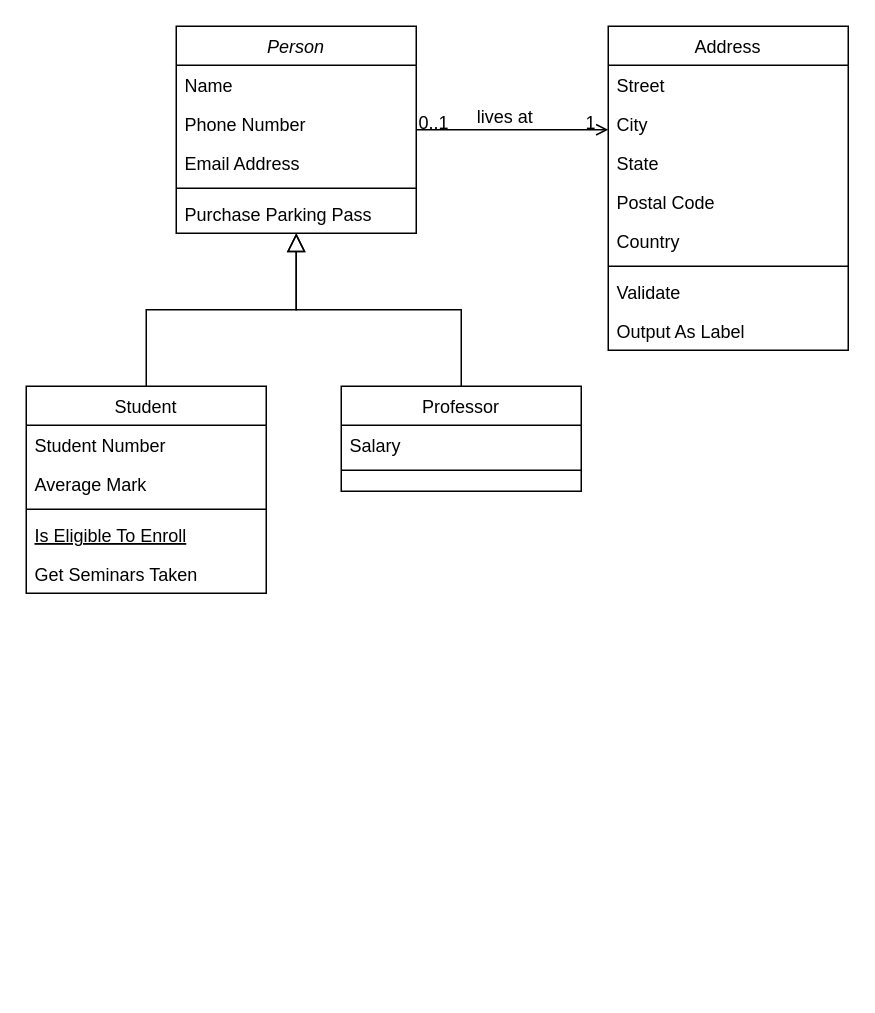
Earlier version of the draw.io diagram Untitled Diagram.drawio (Manish-Kumar467/BookNotes). Source tidied: cells renumbered, new cells numbered last; positions are measured from the earlier drawing's top-left corner, leaving out a move shared by most shapes. Both pictures are drawn from the tidied source at 150%, with x=0, y=0 at pixel (26, 26).
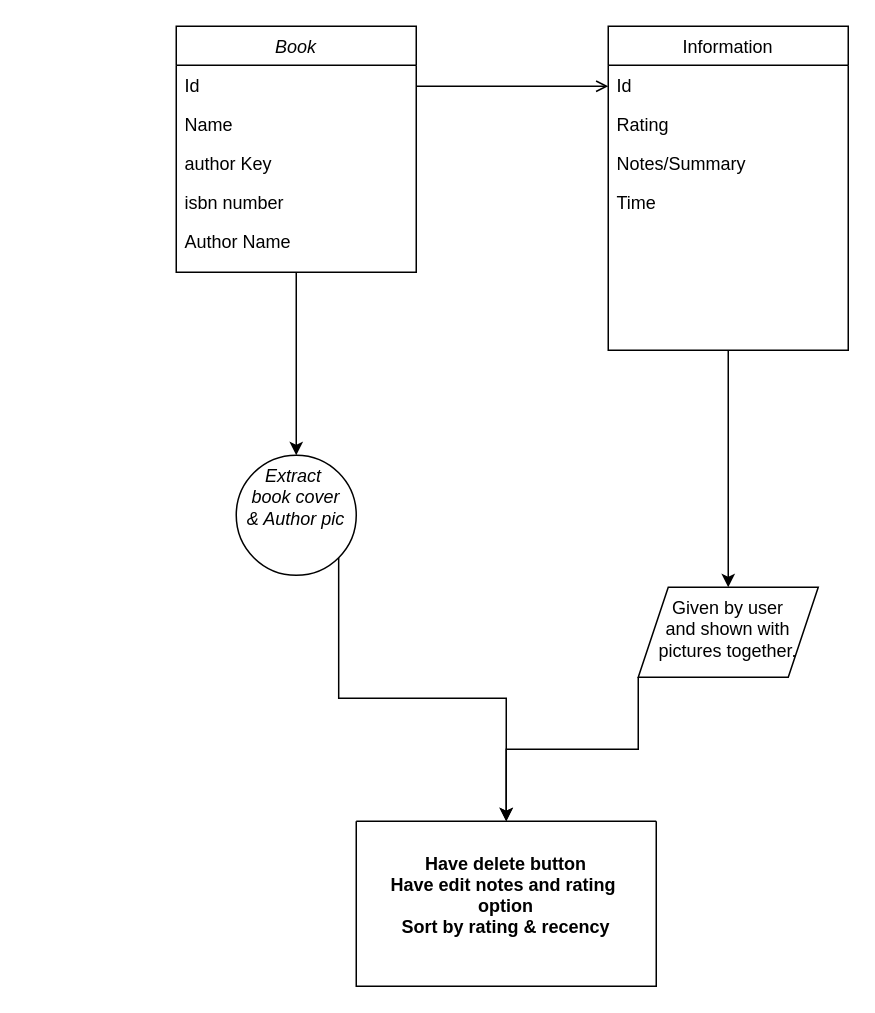
The same page after the edit.

The edit, as a diff of the source:
```diff
@@
+    <mxCell id="32" style="edgeStyle=orthogonalEdgeStyle;rounded=0;jettySize=auto;html=1;" parent="1" edge="1" source="2" target="37">
+      <mxGeometry relative="1" as="geometry" />
+    </mxCell>
-    <mxCell id="2" value="Person" style="swimlane;fontStyle=2;align=center;verticalAlign=top;horizontal=1;startSize=26;rounded=0;shadow=0;strokeWidth=1;" parent="1" vertex="1">
-      <mxGeometry x="100" width="160" height="138" as="geometry" />
+    <mxCell id="2" value="Book" style="swimlane;fontStyle=2;align=center;verticalAlign=top;horizontal=1;startSize=26;rounded=0;shadow=0;strokeWidth=1;" parent="1" vertex="1">
+      <mxGeometry x="100" width="160" height="164" as="geometry" />
     </mxCell>
+    <mxCell id="33" value="Id" style="text;align=left;verticalAlign=top;spacingLeft=4;spacingRight=4;overflow=hidden;" parent="2" vertex="1">
+      <mxGeometry y="26" width="160" height="26" as="geometry" />
+    </mxCell>
     <mxCell id="3" value="Name" style="text;align=left;verticalAlign=top;spacingLeft=4;spacingRight=4;overflow=hidden;" parent="2" vertex="1">
-      <mxGeometry y="26" width="160" height="26" as="geometry" />
+      <mxGeometry y="52" width="160" height="26" as="geometry" />
     </mxCell>
-    <mxCell id="4" value="Phone Number" style="text;align=left;verticalAlign=top;spacingLeft=4;spacingRight=4;overflow=hidden;rounded=0;shadow=0;html=0;" parent="2" vertex="1">
-      <mxGeometry y="52" width="160" height="26" as="geometry" />
+    <mxCell id="4" value="author Key" style="text;align=left;verticalAlign=top;spacingLeft=4;spacingRight=4;overflow=hidden;rounded=0;shadow=0;html=0;" parent="2" vertex="1">
+      <mxGeometry y="78" width="160" height="26" as="geometry" />
     </mxCell>
-    <mxCell id="5" value="Email Address" style="text;align=left;verticalAlign=top;spacingLeft=4;spacingRight=4;overflow=hidden;rounded=0;shadow=0;html=0;" parent="2" vertex="1">
-      <mxGeometry y="78" width="160" height="26" as="geometry" />
+    <mxCell id="5" value="isbn number" style="text;align=left;verticalAlign=top;spacingLeft=4;spacingRight=4;overflow=hidden;rounded=0;shadow=0;html=0;" parent="2" vertex="1">
+      <mxGeometry y="104" width="160" height="26" as="geometry" />
     </mxCell>
-    <mxCell id="6" style="line;html=1;strokeWidth=1;align=left;verticalAlign=middle;spacingTop=-1;spacingLeft=3;spacingRight=3;labelPosition=right;" parent="2" vertex="1">
-      <mxGeometry y="104" width="160" height="8" as="geometry" />
-    </mxCell>
-    <mxCell id="7" value="Purchase Parking Pass" style="text;align=left;verticalAlign=top;spacingLeft=4;spacingRight=4;overflow=hidden;" parent="2" vertex="1">
-      <mxGeometry y="112" width="160" height="26" as="geometry" />
-    </mxCell>
-    <mxCell id="8" value="Student" style="swimlane;fontStyle=0;align=center;verticalAlign=top;horizontal=1;startSize=26;rounded=0;shadow=0;strokeWidth=1;" parent="1" vertex="1">
-      <mxGeometry y="240" width="160" height="138" as="geometry" />
-    </mxCell>
-    <mxCell id="9" value="Student Number" style="text;align=left;verticalAlign=top;spacingLeft=4;spacingRight=4;overflow=hidden;" parent="8" vertex="1">
-      <mxGeometry y="26" width="160" height="26" as="geometry" />
-    </mxCell>
-    <mxCell id="10" value="Average Mark" style="text;align=left;verticalAlign=top;spacingLeft=4;spacingRight=4;overflow=hidden;rounded=0;shadow=0;html=0;" parent="8" vertex="1">
-      <mxGeometry y="52" width="160" height="26" as="geometry" />
-    </mxCell>
-    <mxCell id="11" style="line;html=1;strokeWidth=1;align=left;verticalAlign=middle;spacingTop=-1;spacingLeft=3;spacingRight=3;labelPosition=right;" parent="8" vertex="1">
-      <mxGeometry y="78" width="160" height="8" as="geometry" />
-    </mxCell>
-    <mxCell id="12" value="Is Eligible To Enroll" style="text;align=left;verticalAlign=top;spacingLeft=4;spacingRight=4;overflow=hidden;fontStyle=4;" parent="8" vertex="1">
-      <mxGeometry y="86" width="160" height="26" as="geometry" />
-    </mxCell>
-    <mxCell id="13" value="Get Seminars Taken" style="text;align=left;verticalAlign=top;spacingLeft=4;spacingRight=4;overflow=hidden;" parent="8" vertex="1">
-      <mxGeometry y="112" width="160" height="26" as="geometry" />
-    </mxCell>
-    <mxCell id="14" style="endArrow=block;endSize=10;endFill=0;shadow=0;strokeWidth=1;rounded=0;curved=0;edgeStyle=elbowEdgeStyle;elbow=vertical;" parent="1" edge="1" source="8" target="2">
-      <mxGeometry relative="1" as="geometry" />
-    </mxCell>
-    <mxCell id="15" value="Professor" style="swimlane;fontStyle=0;align=center;verticalAlign=top;horizontal=1;startSize=26;rounded=0;shadow=0;strokeWidth=1;" parent="1" vertex="1">
-      <mxGeometry x="210" y="240" width="160" height="70" as="geometry" />
-    </mxCell>
-    <mxCell id="16" value="Salary" style="text;align=left;verticalAlign=top;spacingLeft=4;spacingRight=4;overflow=hidden;" parent="15" vertex="1">
-      <mxGeometry y="26" width="160" height="26" as="geometry" />
-    </mxCell>
-    <mxCell id="17" style="line;html=1;strokeWidth=1;align=left;verticalAlign=middle;spacingTop=-1;spacingLeft=3;spacingRight=3;labelPosition=right;" parent="15" vertex="1">
-      <mxGeometry y="52" width="160" height="8" as="geometry" />
-    </mxCell>
-    <mxCell id="18" style="endArrow=block;endSize=10;endFill=0;shadow=0;strokeWidth=1;rounded=0;curved=0;edgeStyle=elbowEdgeStyle;elbow=vertical;" parent="1" edge="1" source="15" target="2">
-      <mxGeometry relative="1" as="geometry" />
-    </mxCell>
+    <mxCell id="34" value="Author Name" style="text;align=left;verticalAlign=top;spacingLeft=4;spacingRight=4;overflow=hidden;rounded=0;shadow=0;html=0;" parent="2" vertex="1">
+      <mxGeometry y="130" width="160" height="26" as="geometry" />
+    </mxCell>
+    <mxCell id="35" style="edgeStyle=orthogonalEdgeStyle;rounded=0;jettySize=auto;html=1;" parent="1" edge="1" source="19" target="39">
+      <mxGeometry relative="1" as="geometry" />
+    </mxCell>
-    <mxCell id="19" value="Address" style="swimlane;fontStyle=0;align=center;verticalAlign=top;horizontal=1;startSize=26;rounded=0;shadow=0;strokeWidth=1;" parent="1" vertex="1">
+    <mxCell id="19" value="Information" style="swimlane;fontStyle=0;align=center;verticalAlign=top;horizontal=1;startSize=26;rounded=0;shadow=0;strokeWidth=1;" parent="1" vertex="1">
       <mxGeometry x="388" width="160" height="216" as="geometry" />
     </mxCell>
-    <mxCell id="20" value="Street" style="text;align=left;verticalAlign=top;spacingLeft=4;spacingRight=4;overflow=hidden;" parent="19" vertex="1">
+    <mxCell id="20" value="Id" style="text;align=left;verticalAlign=top;spacingLeft=4;spacingRight=4;overflow=hidden;" parent="19" vertex="1">
       <mxGeometry y="26" width="160" height="26" as="geometry" />
     </mxCell>
-    <mxCell id="21" value="City" style="text;align=left;verticalAlign=top;spacingLeft=4;spacingRight=4;overflow=hidden;rounded=0;shadow=0;html=0;" parent="19" vertex="1">
+    <mxCell id="21" value="Rating" style="text;align=left;verticalAlign=top;spacingLeft=4;spacingRight=4;overflow=hidden;rounded=0;shadow=0;html=0;" parent="19" vertex="1">
       <mxGeometry y="52" width="160" height="26" as="geometry" />
     </mxCell>
-    <mxCell id="22" value="State" style="text;align=left;verticalAlign=top;spacingLeft=4;spacingRight=4;overflow=hidden;rounded=0;shadow=0;html=0;" parent="19" vertex="1">
+    <mxCell id="22" value="Notes/Summary" style="text;align=left;verticalAlign=top;spacingLeft=4;spacingRight=4;overflow=hidden;rounded=0;shadow=0;html=0;" parent="19" vertex="1">
       <mxGeometry y="78" width="160" height="26" as="geometry" />
     </mxCell>
-    <mxCell id="23" value="Postal Code" style="text;align=left;verticalAlign=top;spacingLeft=4;spacingRight=4;overflow=hidden;rounded=0;shadow=0;html=0;" parent="19" vertex="1">
+    <mxCell id="23" value="Time" style="text;align=left;verticalAlign=top;spacingLeft=4;spacingRight=4;overflow=hidden;rounded=0;shadow=0;html=0;" parent="19" vertex="1">
       <mxGeometry y="104" width="160" height="26" as="geometry" />
     </mxCell>
-    <mxCell id="24" value="Country" style="text;align=left;verticalAlign=top;spacingLeft=4;spacingRight=4;overflow=hidden;rounded=0;shadow=0;html=0;" parent="19" vertex="1">
-      <mxGeometry y="130" width="160" height="26" as="geometry" />
-    </mxCell>
-    <mxCell id="25" style="line;html=1;strokeWidth=1;align=left;verticalAlign=middle;spacingTop=-1;spacingLeft=3;spacingRight=3;labelPosition=right;" parent="19" vertex="1">
-      <mxGeometry y="156" width="160" height="8" as="geometry" />
-    </mxCell>
-    <mxCell id="26" value="Validate" style="text;align=left;verticalAlign=top;spacingLeft=4;spacingRight=4;overflow=hidden;" parent="19" vertex="1">
-      <mxGeometry y="164" width="160" height="26" as="geometry" />
-    </mxCell>
-    <mxCell id="27" value="Output As Label" style="text;align=left;verticalAlign=top;spacingLeft=4;spacingRight=4;overflow=hidden;" parent="19" vertex="1">
-      <mxGeometry y="190" width="160" height="26" as="geometry" />
-    </mxCell>
-    <mxCell id="28" style="endArrow=open;shadow=0;strokeWidth=1;rounded=0;curved=0;endFill=1;edgeStyle=elbowEdgeStyle;elbow=vertical;" parent="1" edge="1" source="2" target="19">
+    <mxCell id="28" style="endArrow=open;shadow=0;strokeWidth=1;rounded=0;curved=0;endFill=1;edgeStyle=elbowEdgeStyle;elbow=vertical;" parent="1" edge="1">
       <mxGeometry x="0.5" y="41" relative="1" as="geometry">
+        <mxPoint x="260" y="40" as="sourcePoint" />
+        <mxPoint x="388" y="40" as="targetPoint" />
         <mxPoint x="-40" y="32" as="offset" />
       </mxGeometry>
     </mxCell>
-    <mxCell id="29" value="0..1" style="align=left;verticalAlign=bottom;labelBackgroundColor=none;fontSize=12;" parent="28" vertex="1">
-      <mxGeometry x="-1" relative="1" as="geometry">
-        <mxPoint y="4" as="offset" />
-      </mxGeometry>
-    </mxCell>
-    <mxCell id="30" value="1" style="align=right;verticalAlign=bottom;labelBackgroundColor=none;fontSize=12;" parent="28" vertex="1">
-      <mxGeometry x="1" relative="1" as="geometry">
-        <mxPoint x="-7" y="4" as="offset" />
-      </mxGeometry>
-    </mxCell>
-    <mxCell id="31" value="lives at" style="text;html=1;align=center;verticalAlign=middle;labelBackgroundColor=none;rounded=0;shadow=0;strokeWidth=1;fontSize=12;" parent="28" vertex="1">
-      <mxGeometry x="0.5" y="49" relative="1" as="geometry">
-        <mxPoint x="-38" y="40" as="offset" />
-      </mxGeometry>
-    </mxCell>
+    <mxCell id="36" style="edgeStyle=orthogonalEdgeStyle;rounded=0;jettySize=auto;html=1;exitX=1;exitY=1;exitDx=0;exitDy=0;" parent="1" edge="1" source="37" target="40">
+      <mxGeometry relative="1" as="geometry" />
+    </mxCell>
+    <mxCell id="37" value="Extract&amp;nbsp;&lt;div&gt;book cover&lt;/div&gt;&lt;div&gt;&amp;amp; Author pic&lt;/div&gt;&lt;div&gt;&lt;br&gt;&lt;/div&gt;" style="ellipse;whiteSpace=wrap;html=1;verticalAlign=top;fontStyle=2;startSize=26;rounded=0;shadow=0;strokeWidth=1;" parent="1" vertex="1">
+      <mxGeometry x="140" y="286" width="80" height="80" as="geometry" />
+    </mxCell>
+    <mxCell id="38" style="edgeStyle=orthogonalEdgeStyle;rounded=0;jettySize=auto;html=1;exitX=0;exitY=1;exitDx=0;exitDy=0;" parent="1" edge="1" source="39" target="40">
+      <mxGeometry relative="1" as="geometry" />
+    </mxCell>
+    <mxCell id="39" value="Given by user&lt;div&gt;and shown with&lt;/div&gt;&lt;div&gt;pictures together.&lt;/div&gt;" style="shape=parallelogram;perimeter=parallelogramPerimeter;whiteSpace=wrap;html=1;fixedSize=1;verticalAlign=top;fontStyle=0;startSize=26;rounded=0;shadow=0;strokeWidth=1;" parent="1" vertex="1">
+      <mxGeometry x="408" y="374" width="120" height="60" as="geometry" />
+    </mxCell>
+    <mxCell id="40" value="&#10;&#10;&#10;&#10;&#10;&#10;&#10;&#10;Have delete button&#10;Have edit notes and rating &#10;option&#10;Sort by rating &amp; recency&#10;" style="swimlane;startSize=0;" parent="1" vertex="1">
+      <mxGeometry x="220" y="530" width="200" height="110" as="geometry" />
+    </mxCell>
```
